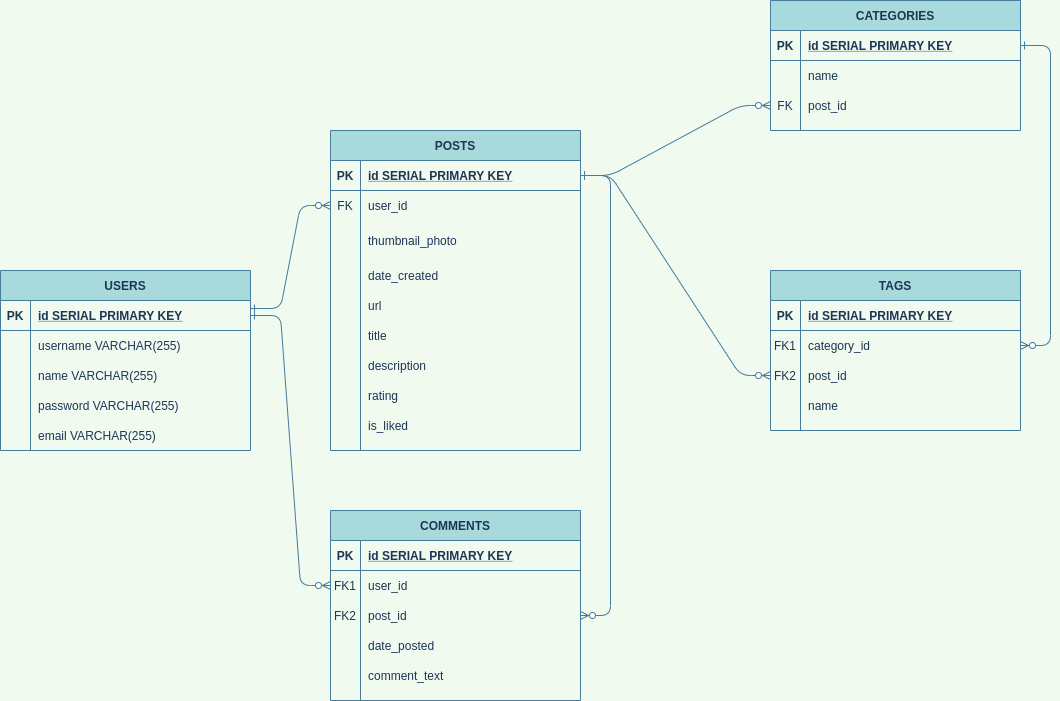
The draw.io diagram docs/LHL-midtem_Resource Wall.png in monica-li205/inPinity, before a commit. Source tidied: cells renumbered, new cells last; positions are measured from the earlier drawing's top-left corner, leaving out a move shared by most shapes.
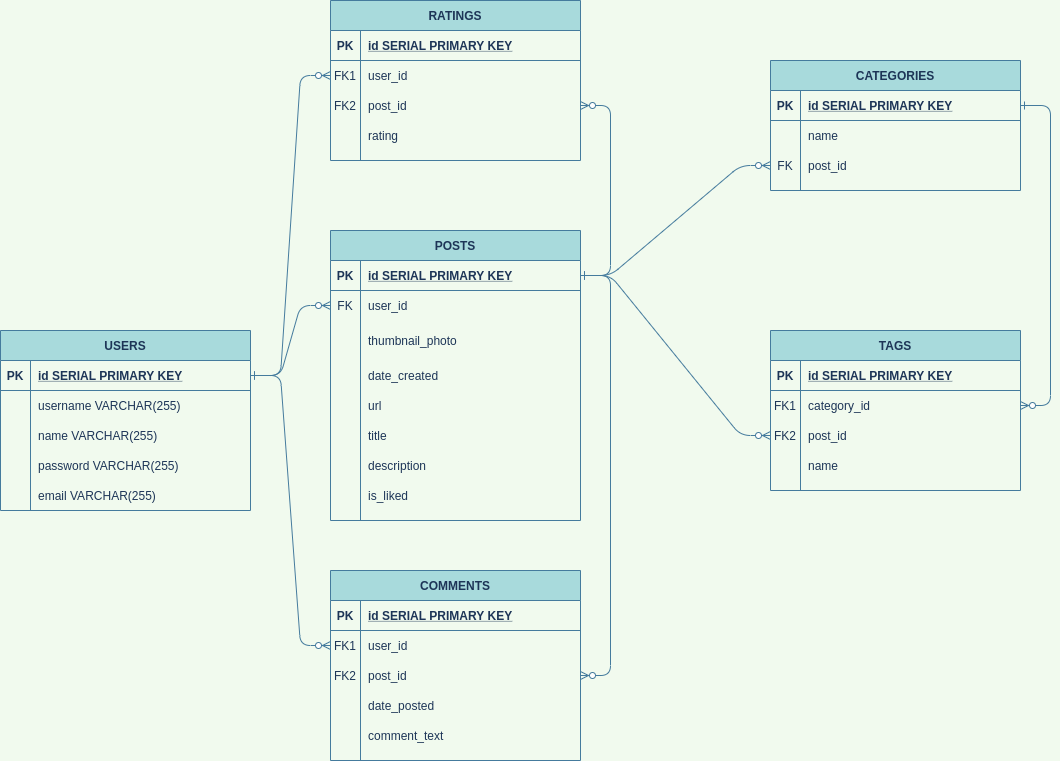
The same diagram one commit later.

Commit message:
adds ratings table to the schema and to the ERD. adds getAllUsersPosts and getAllUsersPostsForACategory functions to db helpers

Change to the diagram source:
```diff
@@ -2,14 +2,14 @@
   <root>
     <mxCell id="0" />
     <mxCell id="1" parent="0" />
-    <mxCell id="2" style="edgeStyle=entityRelationEdgeStyle;endArrow=ERzeroToMany;startArrow=ERone;endFill=1;startFill=0;entryX=0;entryY=0.5;entryDx=0;entryDy=0;exitX=1;exitY=0.267;exitDx=0;exitDy=0;exitPerimeter=0;strokeColor=#457B9D;fontColor=#1D3557;labelBackgroundColor=#F1FAEE;" parent="1" edge="1" source="49" target="8">
+    <mxCell id="2" style="edgeStyle=entityRelationEdgeStyle;endArrow=ERzeroToMany;startArrow=ERone;endFill=1;startFill=0;entryX=0;entryY=0.5;entryDx=0;entryDy=0;exitX=1;exitY=0.5;exitDx=0;exitDy=0;strokeColor=#457B9D;fontColor=#1D3557;labelBackgroundColor=#F1FAEE;" parent="1" edge="1" source="49" target="8">
       <mxGeometry relative="1" as="geometry" />
     </mxCell>
     <mxCell id="3" style="edgeStyle=entityRelationEdgeStyle;endArrow=ERzeroToMany;startArrow=ERone;endFill=1;startFill=0;strokeColor=#457B9D;fontColor=#1D3557;labelBackgroundColor=#F1FAEE;exitX=1;exitY=0.5;exitDx=0;exitDy=0;" parent="1" edge="1" source="5" target="39">
       <mxGeometry relative="1" as="geometry" />
     </mxCell>
     <mxCell id="4" value="POSTS" style="shape=table;startSize=30;rowLines=0;fontStyle=1;align=center;fillColor=#A8DADC;strokeColor=#457B9D;fontColor=#1D3557;" parent="1" vertex="1">
-      <mxGeometry x="330" y="130" width="250" height="320" as="geometry" />
+      <mxGeometry x="330" y="170" width="250" height="290" as="geometry" />
     </mxCell>
     <mxCell id="5" style="shape=partialRectangle;fillColor=none;points=[[0,0.5],[1,0.5]];portConstraint=eastwest;top=0;left=0;right=0;bottom=1;strokeColor=#457B9D;fontColor=#1D3557;" parent="4" vertex="1">
       <mxGeometry y="30" width="250" height="30" as="geometry" />
@@ -74,17 +74,8 @@
     <mxCell id="25" value="description" style="shape=partialRectangle;overflow=hidden;fillColor=none;top=0;left=0;bottom=0;right=0;align=left;spacingLeft=6;strokeColor=#457B9D;fontColor=#1D3557;" parent="23" vertex="1">
       <mxGeometry x="30" width="220" height="30" as="geometry" />
     </mxCell>
-    <mxCell id="26" style="shape=partialRectangle;fillColor=none;top=0;left=0;right=0;bottom=0;strokeColor=#457B9D;fontColor=#1D3557;" parent="4" vertex="1">
-      <mxGeometry y="250" width="250" height="30" as="geometry" />
-    </mxCell>
-    <mxCell id="27" style="shape=partialRectangle;overflow=hidden;fillColor=none;top=0;left=0;bottom=0;right=0;strokeColor=#457B9D;fontColor=#1D3557;" parent="26" vertex="1">
-      <mxGeometry width="30" height="30" as="geometry" />
-    </mxCell>
-    <mxCell id="28" value="rating" style="shape=partialRectangle;overflow=hidden;fillColor=none;top=0;left=0;bottom=0;right=0;align=left;spacingLeft=6;labelBorderColor=none;strokeColor=none;fontColor=#1D3557;" parent="26" vertex="1">
-      <mxGeometry x="30" width="220" height="30" as="geometry" />
-    </mxCell>
     <mxCell id="29" style="shape=partialRectangle;fillColor=none;top=0;left=0;right=0;bottom=0;strokeColor=#457B9D;fontColor=#1D3557;" parent="4" vertex="1">
-      <mxGeometry y="280" width="250" height="30" as="geometry" />
+      <mxGeometry y="250" width="250" height="30" as="geometry" />
     </mxCell>
     <mxCell id="30" style="shape=partialRectangle;overflow=hidden;fillColor=none;top=0;left=0;bottom=0;right=0;strokeColor=#457B9D;fontColor=#1D3557;" parent="29" vertex="1">
       <mxGeometry width="30" height="30" as="geometry" />
@@ -269,5 +260,50 @@
     <mxCell id="90" style="edgeStyle=entityRelationEdgeStyle;endArrow=ERzeroToMany;startArrow=ERone;endFill=1;startFill=0;entryX=1;entryY=0.5;entryDx=0;entryDy=0;strokeColor=#457B9D;fontColor=#1D3557;labelBackgroundColor=#F1FAEE;exitX=1;exitY=0.5;exitDx=0;exitDy=0;" parent="1" edge="1" source="65" target="79">
       <mxGeometry relative="1" as="geometry" />
     </mxCell>
+    <mxCell id="91" value="RATINGS" style="shape=table;startSize=30;rowLines=0;fontStyle=1;align=center;fillColor=#A8DADC;strokeColor=#457B9D;fontColor=#1D3557;" parent="1" vertex="1">
+      <mxGeometry x="330" y="-60" width="250" height="160" as="geometry" />
+    </mxCell>
+    <mxCell id="92" style="shape=partialRectangle;fillColor=none;top=0;left=0;right=0;bottom=1;strokeColor=#457B9D;fontColor=#1D3557;" parent="91" vertex="1">
+      <mxGeometry y="30" width="250" height="30" as="geometry" />
+    </mxCell>
+    <mxCell id="93" value="PK" style="shape=partialRectangle;overflow=hidden;fillColor=none;top=0;left=0;bottom=0;right=0;fontStyle=1;strokeColor=#457B9D;fontColor=#1D3557;" parent="92" vertex="1">
+      <mxGeometry width="30" height="30" as="geometry" />
+    </mxCell>
+    <mxCell id="94" value="id SERIAL PRIMARY KEY" style="shape=partialRectangle;overflow=hidden;fillColor=none;top=0;left=0;bottom=0;right=0;align=left;spacingLeft=6;fontStyle=5;strokeColor=#457B9D;fontColor=#1D3557;" parent="92" vertex="1">
+      <mxGeometry x="30" width="220" height="30" as="geometry" />
+    </mxCell>
+    <mxCell id="95" style="shape=partialRectangle;fillColor=none;points=[[0,0.5],[1,0.5]];portConstraint=eastwest;top=0;left=0;right=0;bottom=0;strokeColor=#457B9D;fontColor=#1D3557;" parent="91" vertex="1">
+      <mxGeometry y="60" width="250" height="30" as="geometry" />
+    </mxCell>
+    <mxCell id="96" value="FK1" style="shape=partialRectangle;overflow=hidden;fillColor=none;top=0;left=0;bottom=0;right=0;strokeColor=#457B9D;fontColor=#1D3557;" parent="95" vertex="1">
+      <mxGeometry width="30" height="30" as="geometry" />
+    </mxCell>
+    <mxCell id="97" value="user_id" style="shape=partialRectangle;overflow=hidden;fillColor=none;top=0;left=0;bottom=0;right=0;align=left;spacingLeft=6;strokeColor=#457B9D;fontColor=#1D3557;" parent="95" vertex="1">
+      <mxGeometry x="30" width="220" height="30" as="geometry" />
+    </mxCell>
+    <mxCell id="98" style="shape=partialRectangle;fillColor=none;points=[[0,0.5],[1,0.5]];portConstraint=eastwest;top=0;left=0;right=0;bottom=0;strokeColor=#457B9D;fontColor=#1D3557;" parent="91" vertex="1">
+      <mxGeometry y="90" width="250" height="30" as="geometry" />
+    </mxCell>
+    <mxCell id="99" value="FK2" style="shape=partialRectangle;overflow=hidden;fillColor=none;top=0;left=0;bottom=0;right=0;strokeColor=#457B9D;fontColor=#1D3557;" parent="98" vertex="1">
+      <mxGeometry width="30" height="30" as="geometry" />
+    </mxCell>
+    <mxCell id="100" value="post_id" style="shape=partialRectangle;overflow=hidden;fillColor=none;top=0;left=0;bottom=0;right=0;align=left;spacingLeft=6;strokeColor=#457B9D;fontColor=#1D3557;" parent="98" vertex="1">
+      <mxGeometry x="30" width="220" height="30" as="geometry" />
+    </mxCell>
+    <mxCell id="101" style="shape=partialRectangle;fillColor=none;top=0;left=0;right=0;bottom=0;strokeColor=#457B9D;fontColor=#1D3557;" parent="91" vertex="1">
+      <mxGeometry y="120" width="250" height="30" as="geometry" />
+    </mxCell>
+    <mxCell id="27" style="shape=partialRectangle;overflow=hidden;fillColor=none;top=0;left=0;bottom=0;right=0;strokeColor=#457B9D;fontColor=#1D3557;" parent="101" vertex="1">
+      <mxGeometry width="30" height="30" as="geometry" />
+    </mxCell>
+    <mxCell id="28" value="rating" style="shape=partialRectangle;overflow=hidden;fillColor=none;top=0;left=0;bottom=0;right=0;align=left;spacingLeft=6;strokeColor=#457B9D;fontColor=#1D3557;" parent="101" vertex="1">
+      <mxGeometry x="30" width="220" height="30" as="geometry" />
+    </mxCell>
+    <mxCell id="102" style="edgeStyle=entityRelationEdgeStyle;endArrow=ERzeroToMany;startArrow=ERone;endFill=1;startFill=0;strokeColor=#457B9D;fontColor=#1D3557;labelBackgroundColor=#F1FAEE;entryX=1;entryY=0.5;entryDx=0;entryDy=0;exitX=1;exitY=0.5;exitDx=0;exitDy=0;" parent="1" edge="1" source="5" target="98">
+      <mxGeometry relative="1" as="geometry" />
+    </mxCell>
+    <mxCell id="103" style="edgeStyle=entityRelationEdgeStyle;endArrow=ERzeroToMany;startArrow=ERone;endFill=1;startFill=0;entryX=0;entryY=0.5;entryDx=0;entryDy=0;exitX=1;exitY=0.5;exitDx=0;exitDy=0;strokeColor=#457B9D;fontColor=#1D3557;labelBackgroundColor=#F1FAEE;" parent="1" edge="1" source="49" target="95">
+      <mxGeometry relative="1" as="geometry" />
+    </mxCell>
   </root>
 </mxGraphModel>
```
